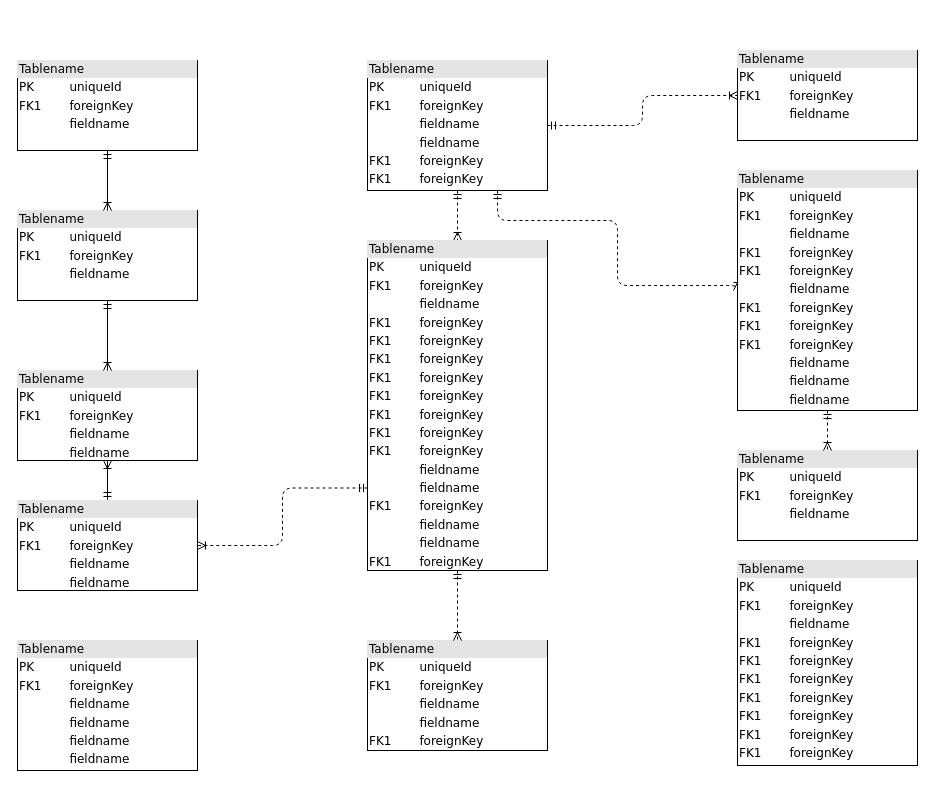
This is video/Diagrama sin título.drawio from lleal24/W3School-HTML, a draw.io file, before an edit. Source tidied: cells renumbered, new cells numbered last; positions are measured from the earlier drawing's top-left corner, leaving out a move shared by most shapes. Both pictures are drawn from the tidied source at 100%, with x=0, y=0 at pixel (17, 50).
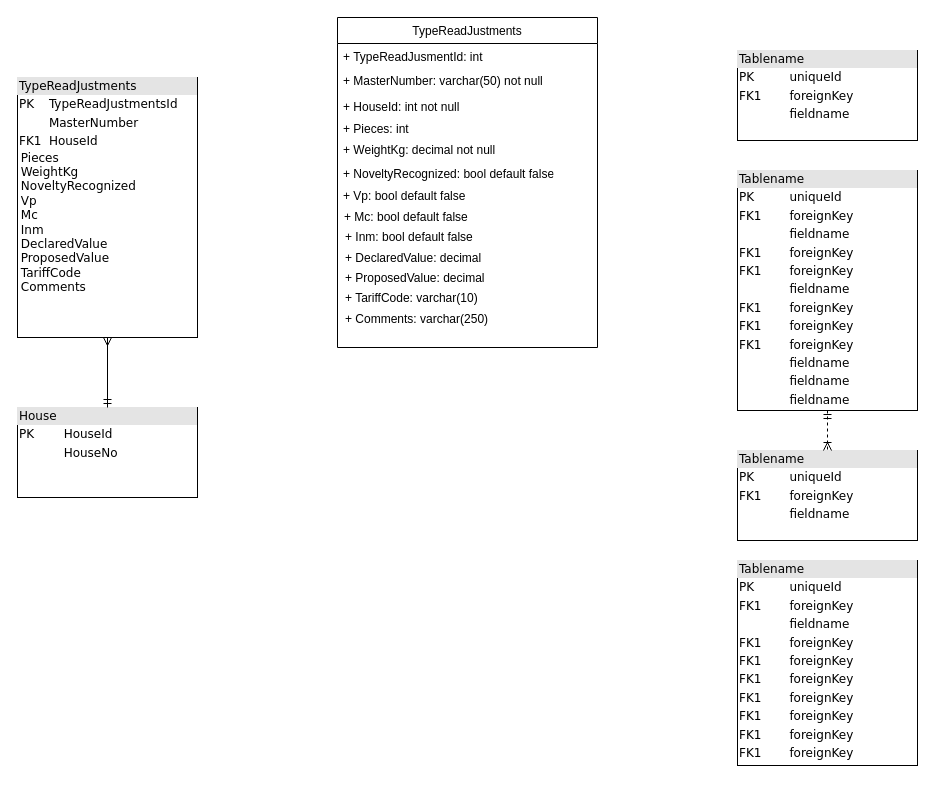
The same page after the edit.

The change refers to these unchanged cells:
```xml
<mxCell id="19" value="&lt;div style=&quot;box-sizing: border-box ; width: 100% ; background: #e4e4e4 ; padding: 2px&quot;&gt;Tablename&lt;/div&gt;&lt;table style=&quot;width: 100% ; font-size: 1em&quot; cellpadding=&quot;2&quot; cellspacing=&quot;0&quot;&gt;&lt;tbody&gt;&lt;tr&gt;&lt;td&gt;PK&lt;/td&gt;&lt;td&gt;uniqueId&lt;/td&gt;&lt;/tr&gt;&lt;tr&gt;&lt;td&gt;FK1&lt;/td&gt;&lt;td&gt;foreignKey&lt;/td&gt;&lt;/tr&gt;&lt;tr&gt;&lt;td&gt;&lt;/td&gt;&lt;td&gt;fieldname&lt;/td&gt;&lt;/tr&gt;&lt;tr&gt;&lt;td&gt;FK1&lt;br&gt;&lt;/td&gt;&lt;td&gt;foreignKey&lt;br&gt;&lt;/td&gt;&lt;/tr&gt;&lt;tr&gt;&lt;td&gt;FK1&lt;br&gt;&lt;/td&gt;&lt;td&gt;foreignKey&lt;br&gt;&lt;/td&gt;&lt;/tr&gt;&lt;tr&gt;&lt;td&gt;&lt;br&gt;&lt;/td&gt;&lt;td&gt;fieldname&lt;br&gt;&lt;/td&gt;&lt;/tr&gt;&lt;tr&gt;&lt;td&gt;FK1&lt;br&gt;&lt;/td&gt;&lt;td&gt;foreignKey&lt;br&gt;&lt;/td&gt;&lt;/tr&gt;&lt;tr&gt;&lt;td&gt;FK1&lt;br&gt;&lt;/td&gt;&lt;td&gt;foreignKey&lt;br&gt;&lt;/td&gt;&lt;/tr&gt;&lt;tr&gt;&lt;td&gt;FK1&lt;br&gt;&lt;/td&gt;&lt;td&gt;foreignKey&lt;br&gt;&lt;/td&gt;&lt;/tr&gt;&lt;tr&gt;&lt;td&gt;&lt;br&gt;&lt;/td&gt;&lt;td&gt;fieldname&lt;br&gt;&lt;/td&gt;&lt;/tr&gt;&lt;tr&gt;&lt;td&gt;&lt;br&gt;&lt;/td&gt;&lt;td&gt;fieldname&lt;br&gt;&lt;/td&gt;&lt;/tr&gt;&lt;tr&gt;&lt;td&gt;&lt;br&gt;&lt;/td&gt;&lt;td&gt;fieldname&lt;br&gt;&lt;/td&gt;&lt;/tr&gt;&lt;/tbody&gt;&lt;/table&gt;" style="verticalAlign=top;align=left;overflow=fill;html=1;rounded=0;shadow=0;comic=0;labelBackgroundColor=none;strokeWidth=1;fontFamily=Verdana;fontSize=12;" parent="1" vertex="1">
  <mxGeometry x="720" y="120" width="180" height="240" as="geometry" />
</mxCell>
<mxCell id="20" value="&lt;div style=&quot;box-sizing:border-box;width:100%;background:#e4e4e4;padding:2px;&quot;&gt;Tablename&lt;/div&gt;&lt;table style=&quot;width:100%;font-size:1em;&quot; cellpadding=&quot;2&quot; cellspacing=&quot;0&quot;&gt;&lt;tr&gt;&lt;td&gt;PK&lt;/td&gt;&lt;td&gt;uniqueId&lt;/td&gt;&lt;/tr&gt;&lt;tr&gt;&lt;td&gt;FK1&lt;/td&gt;&lt;td&gt;foreignKey&lt;/td&gt;&lt;/tr&gt;&lt;tr&gt;&lt;td&gt;&lt;/td&gt;&lt;td&gt;fieldname&lt;/td&gt;&lt;/tr&gt;&lt;/table&gt;" style="verticalAlign=top;align=left;overflow=fill;html=1;rounded=0;shadow=0;comic=0;labelBackgroundColor=none;strokeWidth=1;fontFamily=Verdana;fontSize=12;" parent="1" vertex="1">
  <mxGeometry x="720" width="180" height="90" as="geometry" />
</mxCell>
```

Change to the diagram source:
```diff
@@
-    <mxCell id="2" value="&lt;div style=&quot;box-sizing:border-box;width:100%;background:#e4e4e4;padding:2px;&quot;&gt;Tablename&lt;/div&gt;&lt;table style=&quot;width:100%;font-size:1em;&quot; cellpadding=&quot;2&quot; cellspacing=&quot;0&quot;&gt;&lt;tr&gt;&lt;td&gt;PK&lt;/td&gt;&lt;td&gt;uniqueId&lt;/td&gt;&lt;/tr&gt;&lt;tr&gt;&lt;td&gt;FK1&lt;/td&gt;&lt;td&gt;foreignKey&lt;/td&gt;&lt;/tr&gt;&lt;tr&gt;&lt;td&gt;&lt;/td&gt;&lt;td&gt;fieldname&lt;/td&gt;&lt;/tr&gt;&lt;/table&gt;" style="verticalAlign=top;align=left;overflow=fill;html=1;rounded=0;shadow=0;comic=0;labelBackgroundColor=none;strokeWidth=1;fontFamily=Verdana;fontSize=12;" parent="1" vertex="1">
-      <mxGeometry y="10" width="180" height="90" as="geometry" />
+    <mxCell id="2" value="&lt;div style=&quot;box-sizing:border-box;width:100%;background:#e4e4e4;padding:2px;&quot;&gt;TypeReadJustments&lt;br&gt;&lt;/div&gt;&lt;table style=&quot;width:100%;font-size:1em;&quot; cellpadding=&quot;2&quot; cellspacing=&quot;0&quot;&gt;&lt;tbody&gt;&lt;tr&gt;&lt;td&gt;PK&lt;/td&gt;&lt;td&gt;TypeReadJustmentsId&lt;/td&gt;&lt;/tr&gt;&lt;tr&gt;&lt;td&gt;&lt;br&gt;&lt;/td&gt;&lt;td&gt;MasterNumber&lt;/td&gt;&lt;/tr&gt;&lt;tr&gt;&lt;td&gt;FK1&lt;/td&gt;&lt;td&gt;HouseId&lt;/td&gt;&lt;/tr&gt;&lt;/tbody&gt;&lt;/table&gt;&lt;span style=&quot;&quot;&gt; &lt;/span&gt;&lt;span style=&quot;white-space: pre;&quot;&gt; &lt;/span&gt;Pieces&lt;br&gt;&lt;span style=&quot;&quot;&gt; &lt;/span&gt;&lt;span style=&quot;white-space: pre;&quot;&gt; &lt;/span&gt;WeightKg&lt;br&gt;&lt;span style=&quot;white-space: pre;&quot;&gt; &lt;/span&gt;NoveltyRecognized&lt;br&gt;&lt;span style=&quot;white-space: pre;&quot;&gt; &lt;/span&gt;Vp&lt;br&gt;&lt;span style=&quot;white-space: pre;&quot;&gt; &lt;/span&gt;Mc&lt;br&gt;&lt;span style=&quot;white-space: pre;&quot;&gt; &lt;/span&gt;Inm&lt;br&gt;&lt;span style=&quot;white-space: pre;&quot;&gt; &lt;/span&gt;DeclaredValue&lt;br&gt;&lt;span style=&quot;white-space: pre;&quot;&gt; &lt;/span&gt;ProposedValue&lt;br&gt;&lt;span style=&quot;white-space: pre;&quot;&gt; &lt;/span&gt;TariffCode&lt;br&gt;&lt;span style=&quot;white-space: pre;&quot;&gt; &lt;/span&gt;Comments&lt;br&gt;&lt;span style=&quot;&quot;&gt; &lt;/span&gt;" style="verticalAlign=top;align=left;overflow=fill;html=1;rounded=0;shadow=0;comic=0;labelBackgroundColor=none;strokeWidth=1;fontFamily=Verdana;fontSize=12;" parent="1" vertex="1">
+      <mxGeometry y="27" width="180" height="260" as="geometry" />
     </mxCell>
-    <mxCell id="3" style="edgeStyle=orthogonalEdgeStyle;html=1;entryX=0.5;entryY=0;dashed=1;labelBackgroundColor=none;startArrow=ERmandOne;endArrow=ERoneToMany;fontFamily=Verdana;fontSize=12;align=left;" parent="1" edge="1" source="6" target="16">
-      <mxGeometry relative="1" as="geometry" />
-    </mxCell>
-    <mxCell id="4" style="edgeStyle=orthogonalEdgeStyle;html=1;dashed=1;labelBackgroundColor=none;startArrow=ERmandOne;endArrow=ERoneToMany;fontFamily=Verdana;fontSize=12;align=left;entryX=0;entryY=0.5;" parent="1" edge="1" source="6" target="19">
-      <mxGeometry relative="1" as="geometry">
-        <Array as="points">
-          <mxPoint x="480" y="170" />
-          <mxPoint x="600" y="170" />
-          <mxPoint x="600" y="235" />
-        </Array>
-      </mxGeometry>
-    </mxCell>
-    <mxCell id="5" style="edgeStyle=orthogonalEdgeStyle;html=1;dashed=1;labelBackgroundColor=none;startArrow=ERmandOne;endArrow=ERoneToMany;fontFamily=Verdana;fontSize=12;align=left;" parent="1" edge="1" source="6" target="20">
-      <mxGeometry relative="1" as="geometry" />
-    </mxCell>
-    <mxCell id="6" value="&lt;div style=&quot;box-sizing: border-box ; width: 100% ; background: #e4e4e4 ; padding: 2px&quot;&gt;Tablename&lt;/div&gt;&lt;table style=&quot;width: 100% ; font-size: 1em&quot; cellpadding=&quot;2&quot; cellspacing=&quot;0&quot;&gt;&lt;tbody&gt;&lt;tr&gt;&lt;td&gt;PK&lt;/td&gt;&lt;td&gt;uniqueId&lt;/td&gt;&lt;/tr&gt;&lt;tr&gt;&lt;td&gt;FK1&lt;/td&gt;&lt;td&gt;foreignKey&lt;/td&gt;&lt;/tr&gt;&lt;tr&gt;&lt;td&gt;&lt;/td&gt;&lt;td&gt;fieldname&lt;/td&gt;&lt;/tr&gt;&lt;tr&gt;&lt;td&gt;&lt;br&gt;&lt;/td&gt;&lt;td&gt;fieldname&lt;br&gt;&lt;/td&gt;&lt;/tr&gt;&lt;tr&gt;&lt;td&gt;FK1&lt;br&gt;&lt;/td&gt;&lt;td&gt;foreignKey&lt;br&gt;&lt;/td&gt;&lt;/tr&gt;&lt;tr&gt;&lt;td&gt;FK1&lt;br&gt;&lt;/td&gt;&lt;td&gt;foreignKey&lt;br&gt;&lt;/td&gt;&lt;/tr&gt;&lt;/tbody&gt;&lt;/table&gt;" style="verticalAlign=top;align=left;overflow=fill;html=1;rounded=0;shadow=0;comic=0;labelBackgroundColor=none;strokeWidth=1;fontFamily=Verdana;fontSize=12;" parent="1" vertex="1">
-      <mxGeometry x="350" y="10" width="180" height="130" as="geometry" />
-    </mxCell>
-    <mxCell id="7" style="edgeStyle=orthogonalEdgeStyle;html=1;labelBackgroundColor=none;startArrow=ERmandOne;endArrow=ERoneToMany;fontFamily=Verdana;fontSize=12;align=left;" parent="1" edge="1" source="9" target="10">
-      <mxGeometry relative="1" as="geometry" />
-    </mxCell>
-    <mxCell id="8" style="edgeStyle=orthogonalEdgeStyle;html=1;exitX=0;exitY=0.75;entryX=1;entryY=0.5;dashed=1;labelBackgroundColor=none;startArrow=ERmandOne;endArrow=ERoneToMany;fontFamily=Verdana;fontSize=12;align=left;" parent="1" edge="1" source="16" target="9">
-      <mxGeometry relative="1" as="geometry" />
-    </mxCell>
-    <mxCell id="9" value="&lt;div style=&quot;box-sizing: border-box ; width: 100% ; background: #e4e4e4 ; padding: 2px&quot;&gt;Tablename&lt;/div&gt;&lt;table style=&quot;width: 100% ; font-size: 1em&quot; cellpadding=&quot;2&quot; cellspacing=&quot;0&quot;&gt;&lt;tbody&gt;&lt;tr&gt;&lt;td&gt;PK&lt;/td&gt;&lt;td&gt;uniqueId&lt;/td&gt;&lt;/tr&gt;&lt;tr&gt;&lt;td&gt;FK1&lt;/td&gt;&lt;td&gt;foreignKey&lt;/td&gt;&lt;/tr&gt;&lt;tr&gt;&lt;td&gt;&lt;/td&gt;&lt;td&gt;fieldname&lt;/td&gt;&lt;/tr&gt;&lt;tr&gt;&lt;td&gt;&lt;br&gt;&lt;/td&gt;&lt;td&gt;fieldname&lt;br&gt;&lt;/td&gt;&lt;/tr&gt;&lt;/tbody&gt;&lt;/table&gt;" style="verticalAlign=top;align=left;overflow=fill;html=1;rounded=0;shadow=0;comic=0;labelBackgroundColor=none;strokeWidth=1;fontFamily=Verdana;fontSize=12;" parent="1" vertex="1">
-      <mxGeometry y="450" width="180" height="90" as="geometry" />
-    </mxCell>
-    <mxCell id="10" value="&lt;div style=&quot;box-sizing: border-box ; width: 100% ; background: #e4e4e4 ; padding: 2px&quot;&gt;Tablename&lt;/div&gt;&lt;table style=&quot;width: 100% ; font-size: 1em&quot; cellpadding=&quot;2&quot; cellspacing=&quot;0&quot;&gt;&lt;tbody&gt;&lt;tr&gt;&lt;td&gt;PK&lt;/td&gt;&lt;td&gt;uniqueId&lt;/td&gt;&lt;/tr&gt;&lt;tr&gt;&lt;td&gt;FK1&lt;/td&gt;&lt;td&gt;foreignKey&lt;/td&gt;&lt;/tr&gt;&lt;tr&gt;&lt;td&gt;&lt;/td&gt;&lt;td&gt;fieldname&lt;/td&gt;&lt;/tr&gt;&lt;tr&gt;&lt;td&gt;&lt;br&gt;&lt;/td&gt;&lt;td&gt;fieldname&lt;br&gt;&lt;/td&gt;&lt;/tr&gt;&lt;/tbody&gt;&lt;/table&gt;" style="verticalAlign=top;align=left;overflow=fill;html=1;rounded=0;shadow=0;comic=0;labelBackgroundColor=none;strokeWidth=1;fontFamily=Verdana;fontSize=12;" parent="1" vertex="1">
-      <mxGeometry y="320" width="180" height="90" as="geometry" />
-    </mxCell>
-    <mxCell id="11" style="edgeStyle=orthogonalEdgeStyle;html=1;entryX=0.5;entryY=0;labelBackgroundColor=none;startArrow=ERmandOne;endArrow=ERoneToMany;fontFamily=Verdana;fontSize=12;align=left;" parent="1" edge="1" source="12" target="10">
-      <mxGeometry relative="1" as="geometry" />
-    </mxCell>
-    <mxCell id="12" value="&lt;div style=&quot;box-sizing:border-box;width:100%;background:#e4e4e4;padding:2px;&quot;&gt;Tablename&lt;/div&gt;&lt;table style=&quot;width:100%;font-size:1em;&quot; cellpadding=&quot;2&quot; cellspacing=&quot;0&quot;&gt;&lt;tr&gt;&lt;td&gt;PK&lt;/td&gt;&lt;td&gt;uniqueId&lt;/td&gt;&lt;/tr&gt;&lt;tr&gt;&lt;td&gt;FK1&lt;/td&gt;&lt;td&gt;foreignKey&lt;/td&gt;&lt;/tr&gt;&lt;tr&gt;&lt;td&gt;&lt;/td&gt;&lt;td&gt;fieldname&lt;/td&gt;&lt;/tr&gt;&lt;/table&gt;" style="verticalAlign=top;align=left;overflow=fill;html=1;rounded=0;shadow=0;comic=0;labelBackgroundColor=none;strokeWidth=1;fontFamily=Verdana;fontSize=12;" parent="1" vertex="1">
-      <mxGeometry y="160" width="180" height="90" as="geometry" />
+    <mxCell id="12" value="&lt;div style=&quot;box-sizing:border-box;width:100%;background:#e4e4e4;padding:2px;&quot;&gt;House&lt;/div&gt;&lt;table style=&quot;width:100%;font-size:1em;&quot; cellpadding=&quot;2&quot; cellspacing=&quot;0&quot;&gt;&lt;tbody&gt;&lt;tr&gt;&lt;td&gt;PK&lt;/td&gt;&lt;td&gt;HouseId&lt;/td&gt;&lt;/tr&gt;&lt;tr&gt;&lt;td&gt;&lt;br&gt;&lt;/td&gt;&lt;td&gt;HouseNo&lt;/td&gt;&lt;/tr&gt;&lt;tr&gt;&lt;td&gt;&lt;/td&gt;&lt;td&gt;&lt;br&gt;&lt;/td&gt;&lt;/tr&gt;&lt;/tbody&gt;&lt;/table&gt;" style="verticalAlign=top;align=left;overflow=fill;html=1;rounded=0;shadow=0;comic=0;labelBackgroundColor=none;strokeWidth=1;fontFamily=Verdana;fontSize=12;" parent="1" vertex="1">
+      <mxGeometry y="357" width="180" height="90" as="geometry" />
     </mxCell>
@@
-    <mxCell id="14" value="&lt;div style=&quot;box-sizing: border-box ; width: 100% ; background: #e4e4e4 ; padding: 2px&quot;&gt;Tablename&lt;/div&gt;&lt;table style=&quot;width: 100% ; font-size: 1em&quot; cellpadding=&quot;2&quot; cellspacing=&quot;0&quot;&gt;&lt;tbody&gt;&lt;tr&gt;&lt;td&gt;PK&lt;/td&gt;&lt;td&gt;uniqueId&lt;/td&gt;&lt;/tr&gt;&lt;tr&gt;&lt;td&gt;FK1&lt;/td&gt;&lt;td&gt;foreignKey&lt;/td&gt;&lt;/tr&gt;&lt;tr&gt;&lt;td&gt;&lt;/td&gt;&lt;td&gt;fieldname&lt;/td&gt;&lt;/tr&gt;&lt;tr&gt;&lt;td&gt;&lt;br&gt;&lt;/td&gt;&lt;td&gt;fieldname&lt;br&gt;&lt;/td&gt;&lt;/tr&gt;&lt;tr&gt;&lt;td&gt;FK1&lt;br&gt;&lt;/td&gt;&lt;td&gt;foreignKey&lt;br&gt;&lt;/td&gt;&lt;/tr&gt;&lt;/tbody&gt;&lt;/table&gt;" style="verticalAlign=top;align=left;overflow=fill;html=1;rounded=0;shadow=0;comic=0;labelBackgroundColor=none;strokeWidth=1;fontFamily=Verdana;fontSize=12;" parent="1" vertex="1">
-      <mxGeometry x="350" y="590" width="180" height="110" as="geometry" />
-    </mxCell>
-    <mxCell id="15" style="edgeStyle=orthogonalEdgeStyle;html=1;entryX=0.5;entryY=0;labelBackgroundColor=none;startArrow=ERmandOne;endArrow=ERoneToMany;fontFamily=Verdana;fontSize=12;align=left;dashed=1;" parent="1" edge="1" source="16" target="14">
-      <mxGeometry relative="1" as="geometry" />
-    </mxCell>
-    <mxCell id="16" value="&lt;div style=&quot;box-sizing: border-box ; width: 100% ; background: #e4e4e4 ; padding: 2px&quot;&gt;Tablename&lt;/div&gt;&lt;table style=&quot;width: 100% ; font-size: 1em&quot; cellpadding=&quot;2&quot; cellspacing=&quot;0&quot;&gt;&lt;tbody&gt;&lt;tr&gt;&lt;td&gt;PK&lt;/td&gt;&lt;td&gt;uniqueId&lt;/td&gt;&lt;/tr&gt;&lt;tr&gt;&lt;td&gt;FK1&lt;/td&gt;&lt;td&gt;foreignKey&lt;/td&gt;&lt;/tr&gt;&lt;tr&gt;&lt;td&gt;&lt;/td&gt;&lt;td&gt;fieldname&lt;/td&gt;&lt;/tr&gt;&lt;tr&gt;&lt;td&gt;FK1&lt;br&gt;&lt;/td&gt;&lt;td&gt;foreignKey&lt;br&gt;&lt;/td&gt;&lt;/tr&gt;&lt;tr&gt;&lt;td&gt;FK1&lt;br&gt;&lt;/td&gt;&lt;td&gt;foreignKey&lt;br&gt;&lt;/td&gt;&lt;/tr&gt;&lt;tr&gt;&lt;td&gt;FK1&lt;br&gt;&lt;/td&gt;&lt;td&gt;foreignKey&lt;br&gt;&lt;/td&gt;&lt;/tr&gt;&lt;tr&gt;&lt;td&gt;FK1&lt;br&gt;&lt;/td&gt;&lt;td&gt;foreignKey&lt;br&gt;&lt;/td&gt;&lt;/tr&gt;&lt;tr&gt;&lt;td&gt;FK1&lt;br&gt;&lt;/td&gt;&lt;td&gt;foreignKey&lt;br&gt;&lt;/td&gt;&lt;/tr&gt;&lt;tr&gt;&lt;td&gt;FK1&lt;br&gt;&lt;/td&gt;&lt;td&gt;foreignKey&lt;br&gt;&lt;/td&gt;&lt;/tr&gt;&lt;tr&gt;&lt;td&gt;FK1&lt;br&gt;&lt;/td&gt;&lt;td&gt;foreignKey&lt;br&gt;&lt;/td&gt;&lt;/tr&gt;&lt;tr&gt;&lt;td&gt;FK1&lt;br&gt;&lt;/td&gt;&lt;td&gt;foreignKey&lt;br&gt;&lt;/td&gt;&lt;/tr&gt;&lt;tr&gt;&lt;td&gt;&lt;br&gt;&lt;/td&gt;&lt;td&gt;fieldname&lt;br&gt;&lt;/td&gt;&lt;/tr&gt;&lt;tr&gt;&lt;td&gt;&lt;br&gt;&lt;/td&gt;&lt;td&gt;fieldname&lt;br&gt;&lt;/td&gt;&lt;/tr&gt;&lt;tr&gt;&lt;td&gt;FK1&lt;br&gt;&lt;/td&gt;&lt;td&gt;foreignKey&lt;br&gt;&lt;/td&gt;&lt;/tr&gt;&lt;tr&gt;&lt;td&gt;&lt;br&gt;&lt;/td&gt;&lt;td&gt;fieldname&lt;br&gt;&lt;/td&gt;&lt;/tr&gt;&lt;tr&gt;&lt;td&gt;&lt;br&gt;&lt;/td&gt;&lt;td&gt;fieldname&lt;br&gt;&lt;/td&gt;&lt;/tr&gt;&lt;tr&gt;&lt;td&gt;FK1&lt;br&gt;&lt;/td&gt;&lt;td&gt;foreignKey&lt;br&gt;&lt;/td&gt;&lt;/tr&gt;&lt;/tbody&gt;&lt;/table&gt;" style="verticalAlign=top;align=left;overflow=fill;html=1;rounded=0;shadow=0;comic=0;labelBackgroundColor=none;strokeWidth=1;fontFamily=Verdana;fontSize=12;" parent="1" vertex="1">
-      <mxGeometry x="350" y="190" width="180" height="330" as="geometry" />
-    </mxCell>
@@
-    <mxCell id="21" value="&lt;div style=&quot;box-sizing: border-box ; width: 100% ; background: #e4e4e4 ; padding: 2px&quot;&gt;Tablename&lt;/div&gt;&lt;table style=&quot;width: 100% ; font-size: 1em&quot; cellpadding=&quot;2&quot; cellspacing=&quot;0&quot;&gt;&lt;tbody&gt;&lt;tr&gt;&lt;td&gt;PK&lt;/td&gt;&lt;td&gt;uniqueId&lt;/td&gt;&lt;/tr&gt;&lt;tr&gt;&lt;td&gt;FK1&lt;/td&gt;&lt;td&gt;foreignKey&lt;/td&gt;&lt;/tr&gt;&lt;tr&gt;&lt;td&gt;&lt;/td&gt;&lt;td&gt;fieldname&lt;/td&gt;&lt;/tr&gt;&lt;tr&gt;&lt;td&gt;&lt;br&gt;&lt;/td&gt;&lt;td&gt;fieldname&lt;br&gt;&lt;/td&gt;&lt;/tr&gt;&lt;tr&gt;&lt;td&gt;&lt;br&gt;&lt;/td&gt;&lt;td&gt;fieldname&lt;br&gt;&lt;/td&gt;&lt;/tr&gt;&lt;tr&gt;&lt;td&gt;&lt;br&gt;&lt;/td&gt;&lt;td&gt;fieldname&lt;br&gt;&lt;/td&gt;&lt;/tr&gt;&lt;/tbody&gt;&lt;/table&gt;" style="verticalAlign=top;align=left;overflow=fill;html=1;rounded=0;shadow=0;comic=0;labelBackgroundColor=none;strokeWidth=1;fontFamily=Verdana;fontSize=12;" parent="1" vertex="1">
-      <mxGeometry y="590" width="180" height="130" as="geometry" />
-    </mxCell>
-    <mxCell id="22" style="edgeStyle=orthogonalEdgeStyle;html=1;endArrow=ERoneToMany;startArrow=ERmandOne;labelBackgroundColor=none;fontFamily=Verdana;fontSize=12;align=left;exitX=0.5;exitY=1;entryX=0.5;entryY=0;" parent="1" edge="1" source="2" target="12">
+    <mxCell id="22" style="edgeStyle=orthogonalEdgeStyle;html=1;endArrow=ERmandOne;startArrow=ERmany;labelBackgroundColor=none;fontFamily=Verdana;fontSize=12;align=left;exitX=0.5;exitY=1;entryX=0.5;entryY=0;startFill=0;endFill=0;" parent="1" edge="1" source="2" target="12">
       <mxGeometry relative="1" as="geometry" />
     </mxCell>
+    <mxCell id="23" value="TypeReadJustments" style="swimlane;fontStyle=0;horizontal=1;startSize=26;fillColor=none;" parent="1" vertex="1">
+      <mxGeometry x="320" y="-33" width="260" height="330" as="geometry" />
+    </mxCell>
+    <mxCell id="24" value="+ TypeReadJusmentId: int" style="text;strokeColor=none;fillColor=none;align=left;verticalAlign=top;spacingLeft=4;spacingRight=4;overflow=hidden;" parent="23" vertex="1">
+      <mxGeometry y="26" width="260" height="24" as="geometry" />
+    </mxCell>
+    <mxCell id="25" value="+ MasterNumber: varchar(50) not null" style="text;strokeColor=none;fillColor=none;align=left;verticalAlign=top;spacingLeft=4;spacingRight=4;overflow=hidden;" parent="23" vertex="1">
+      <mxGeometry y="50" width="260" height="26" as="geometry" />
+    </mxCell>
+    <mxCell id="26" value="+ HouseId: int not null" style="text;strokeColor=none;fillColor=none;align=left;verticalAlign=top;spacingLeft=4;spacingRight=4;overflow=hidden;" parent="23" vertex="1">
+      <mxGeometry y="76" width="260" height="254" as="geometry" />
+    </mxCell>
+    <mxCell id="27" value="+ Pieces: int " style="text;strokeColor=none;fillColor=none;align=left;verticalAlign=top;spacingLeft=4;spacingRight=4;overflow=hidden;" parent="1" vertex="1">
+      <mxGeometry x="320" y="65" width="220" height="64" as="geometry" />
+    </mxCell>
+    <mxCell id="28" value="+ WeightKg: decimal not null" style="text;strokeColor=none;fillColor=none;align=left;verticalAlign=top;spacingLeft=4;spacingRight=4;overflow=hidden;" parent="1" vertex="1">
+      <mxGeometry x="320" y="86" width="220" height="64" as="geometry" />
+    </mxCell>
+    <mxCell id="29" value="+ NoveltyRecognized: bool default false" style="text;strokeColor=none;fillColor=none;align=left;verticalAlign=top;spacingLeft=4;spacingRight=4;overflow=hidden;" parent="1" vertex="1">
+      <mxGeometry x="320" y="110" width="220" height="64" as="geometry" />
+    </mxCell>
+    <mxCell id="30" value="+ Vp: bool default false" style="text;strokeColor=none;fillColor=none;align=left;verticalAlign=top;spacingLeft=4;spacingRight=4;overflow=hidden;" parent="1" vertex="1">
+      <mxGeometry x="320" y="132" width="220" height="64" as="geometry" />
+    </mxCell>
+    <mxCell id="31" value="+ Mc: bool default false" style="text;strokeColor=none;fillColor=none;align=left;verticalAlign=top;spacingLeft=4;spacingRight=4;overflow=hidden;" parent="1" vertex="1">
+      <mxGeometry x="321" y="153" width="220" height="64" as="geometry" />
+    </mxCell>
+    <mxCell id="32" value="+ Inm: bool default false" style="text;strokeColor=none;fillColor=none;align=left;verticalAlign=top;spacingLeft=4;spacingRight=4;overflow=hidden;" parent="1" vertex="1">
+      <mxGeometry x="322" y="173" width="220" height="64" as="geometry" />
+    </mxCell>
+    <mxCell id="33" value="+ DeclaredValue: decimal " style="text;strokeColor=none;fillColor=none;align=left;verticalAlign=top;spacingLeft=4;spacingRight=4;overflow=hidden;" parent="1" vertex="1">
+      <mxGeometry x="322" y="194" width="220" height="64" as="geometry" />
+    </mxCell>
+    <mxCell id="34" value="+ ProposedValue: decimal&#10;" style="text;strokeColor=none;fillColor=none;align=left;verticalAlign=top;spacingLeft=4;spacingRight=4;overflow=hidden;" parent="1" vertex="1">
+      <mxGeometry x="322" y="214" width="220" height="64" as="geometry" />
+    </mxCell>
+    <mxCell id="35" value="+ TariffCode: varchar(10)&#10;" style="text;strokeColor=none;fillColor=none;align=left;verticalAlign=top;spacingLeft=4;spacingRight=4;overflow=hidden;" parent="1" vertex="1">
+      <mxGeometry x="322" y="234" width="220" height="64" as="geometry" />
+    </mxCell>
+    <mxCell id="36" value="+ Comments: varchar(250)&#10;" style="text;strokeColor=none;fillColor=none;align=left;verticalAlign=top;spacingLeft=4;spacingRight=4;overflow=hidden;" parent="1" vertex="1">
+      <mxGeometry x="322" y="255" width="220" height="64" as="geometry" />
+    </mxCell>
```
